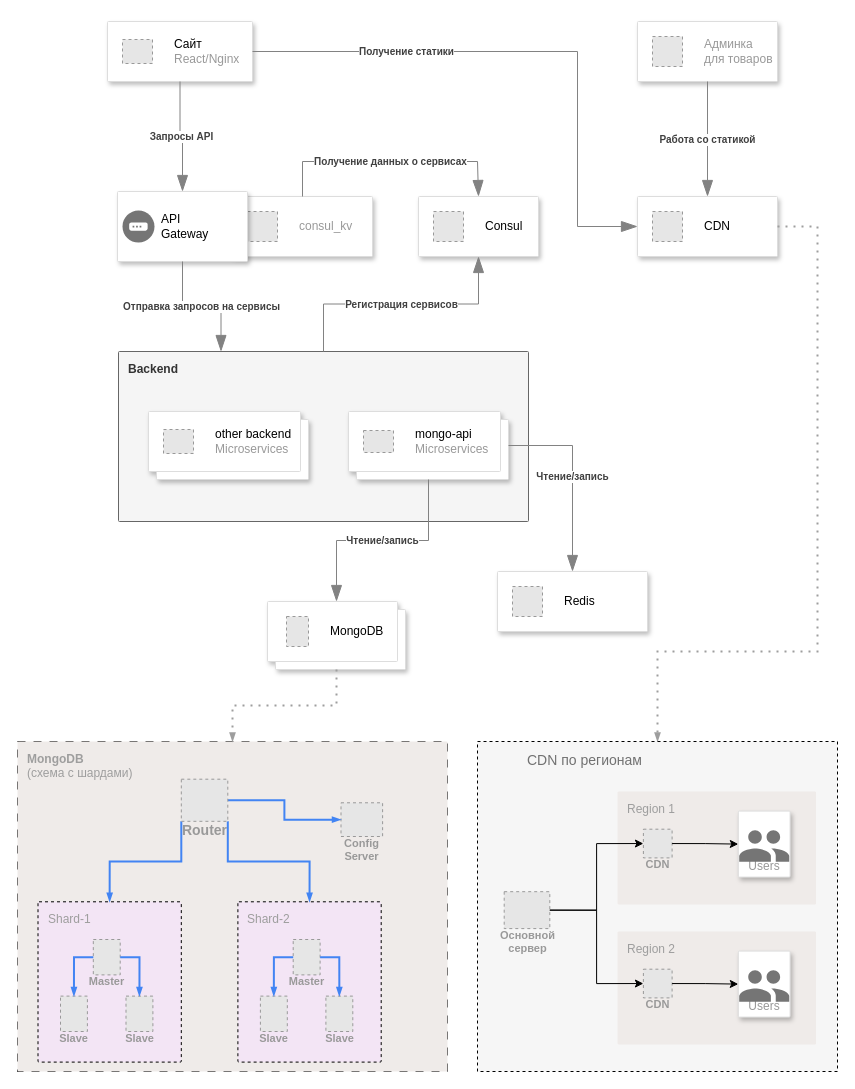
Before: schemas/TO_BE (schema).drawio in surrexi/architecture-pro-black_friday, a draw.io diagram. Source tidied: cells renumbered, new cells numbered last; positions are measured from the earlier drawing's top-left corner, leaving out a move shared by most shapes. Both pictures are drawn from the tidied source at 100%, with x=0, y=0 at pixel (17, 21). Pictures stored in the file or linked from it are replaced by grey dashed boxes.
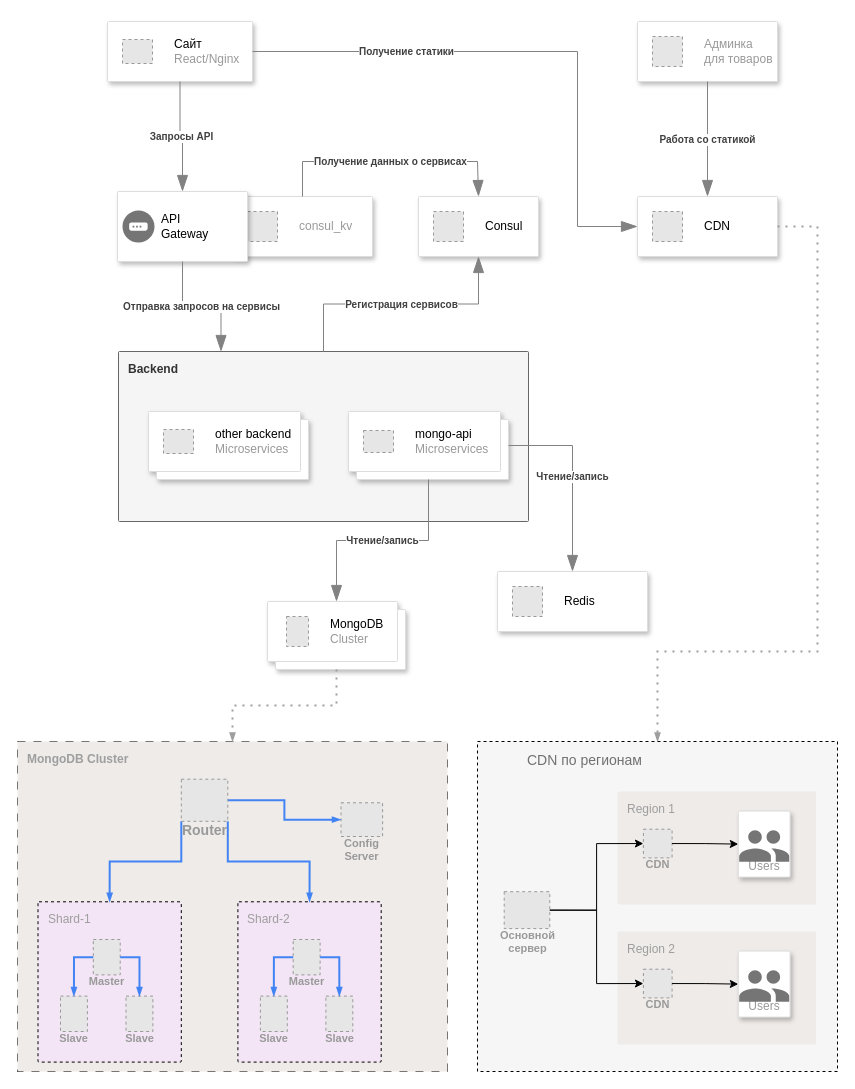
Above is the later version.

Commit message (it also covers changes not shown here):
[Задания 7-9] Архитектурные документы по MongoDB - проектирование схем коллекций - горячие шарды - чтение с реплик

Unchanged cells that the change refers to:
```xml
<mxCell id="2" style="shape=mxgraph.gcp2.doubleRect;fillColor=#ffffff;strokeColor=#dddddd;shadow=1;strokeWidth=1;rounded=1;absoluteArcSize=1;arcSize=2;" parent="1" vertex="1">
  <mxGeometry x="250" y="580" width="138" height="68" as="geometry" />
</mxCell>
<mxCell id="33" style="group;dashed=1;dashPattern=8 8;strokeColor=default;" parent="1" vertex="1">
  <mxGeometry y="720" width="430" height="330" as="geometry" />
</mxCell>
```

The edit, as a diff of the source:
```diff
@@
-    <mxCell id="3" value="&lt;font color=&quot;#000000&quot;&gt;MongoDB&lt;/font&gt;" style="fillColor=#E6E6E6;strokeColor=#999999;dashed=1;html=1;fontColor=#999999;verticalLabelPosition=middle;verticalAlign=middle;labelPosition=right;align=left;spacingLeft=20;" parent="2" vertex="1">
+    <mxCell id="3" value="&lt;font color=&quot;#000000&quot;&gt;MongoDB&lt;/font&gt;&lt;div&gt;&lt;font color=&quot;#000000&quot;&gt;&lt;span style=&quot;color: rgb(153, 153, 153);&quot;&gt;Cluster&lt;/span&gt;&lt;/font&gt;&lt;/div&gt;" style="fillColor=#E6E6E6;strokeColor=#999999;dashed=1;html=1;fontColor=#999999;verticalLabelPosition=middle;verticalAlign=middle;labelPosition=right;align=left;spacingLeft=20;" parent="2" vertex="1">
       <mxGeometry width="22" height="30" relative="1" as="geometry">
         <mxPoint x="19" y="15" as="offset" />
       </mxGeometry>
     </mxCell>
@@
-    <mxCell id="34" value="&lt;b&gt;MongoDB&lt;/b&gt;&lt;div&gt;&lt;span style=&quot;background-color: transparent; color: light-dark(rgb(158, 158, 158), rgb(101, 101, 101));&quot;&gt;(схема с шардами)&lt;/span&gt;&lt;/div&gt;" style="sketch=0;points=[[0,0,0],[0.25,0,0],[0.5,0,0],[0.75,0,0],[1,0,0],[1,0.25,0],[1,0.5,0],[1,0.75,0],[1,1,0],[0.75,1,0],[0.5,1,0],[0.25,1,0],[0,1,0],[0,0.75,0],[0,0.5,0],[0,0.25,0]];rounded=1;absoluteArcSize=1;arcSize=2;html=1;strokeColor=none;gradientColor=none;shadow=0;dashed=0;fontSize=12;fontColor=#9E9E9E;align=left;verticalAlign=top;spacing=10;spacingTop=-4;whiteSpace=wrap;fillColor=#EFEBE9;" parent="33" vertex="1">
+    <mxCell id="34" value="&lt;b&gt;MongoDB Cluster&lt;/b&gt;" style="sketch=0;points=[[0,0,0],[0.25,0,0],[0.5,0,0],[0.75,0,0],[1,0,0],[1,0.25,0],[1,0.5,0],[1,0.75,0],[1,1,0],[0.75,1,0],[0.5,1,0],[0.25,1,0],[0,1,0],[0,0.75,0],[0,0.5,0],[0,0.25,0]];rounded=1;absoluteArcSize=1;arcSize=2;html=1;strokeColor=none;gradientColor=none;shadow=0;dashed=0;fontSize=12;fontColor=#9E9E9E;align=left;verticalAlign=top;spacing=10;spacingTop=-4;whiteSpace=wrap;fillColor=#EFEBE9;" parent="33" vertex="1">
       <mxGeometry width="430" height="330" as="geometry" />
     </mxCell>
```
